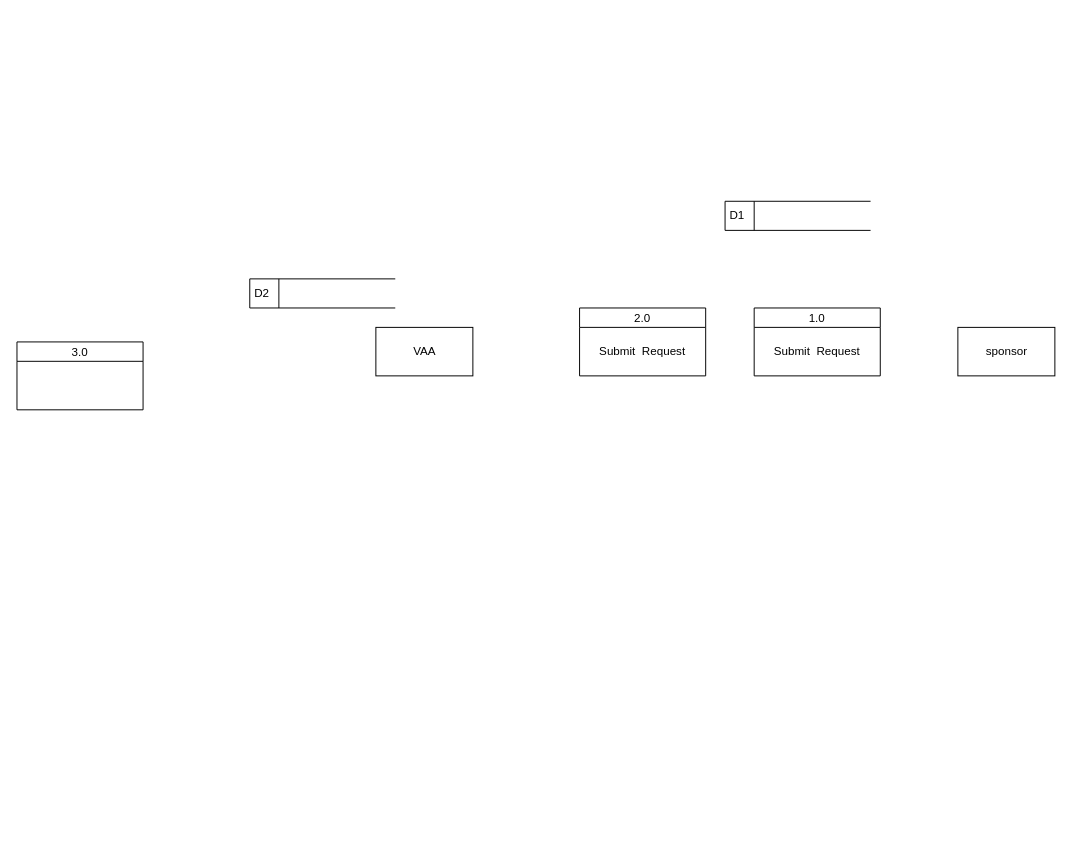
Before: DFD.drawio in forthegame/ANU2024, a draw.io diagram. Source tidied: cells renumbered, new cells numbered last; positions are measured from the earlier drawing's top-left corner, leaving out a move shared by most shapes. Both pictures are drawn from the tidied source at 97%, with x=0, y=0 at pixel (16, 201).
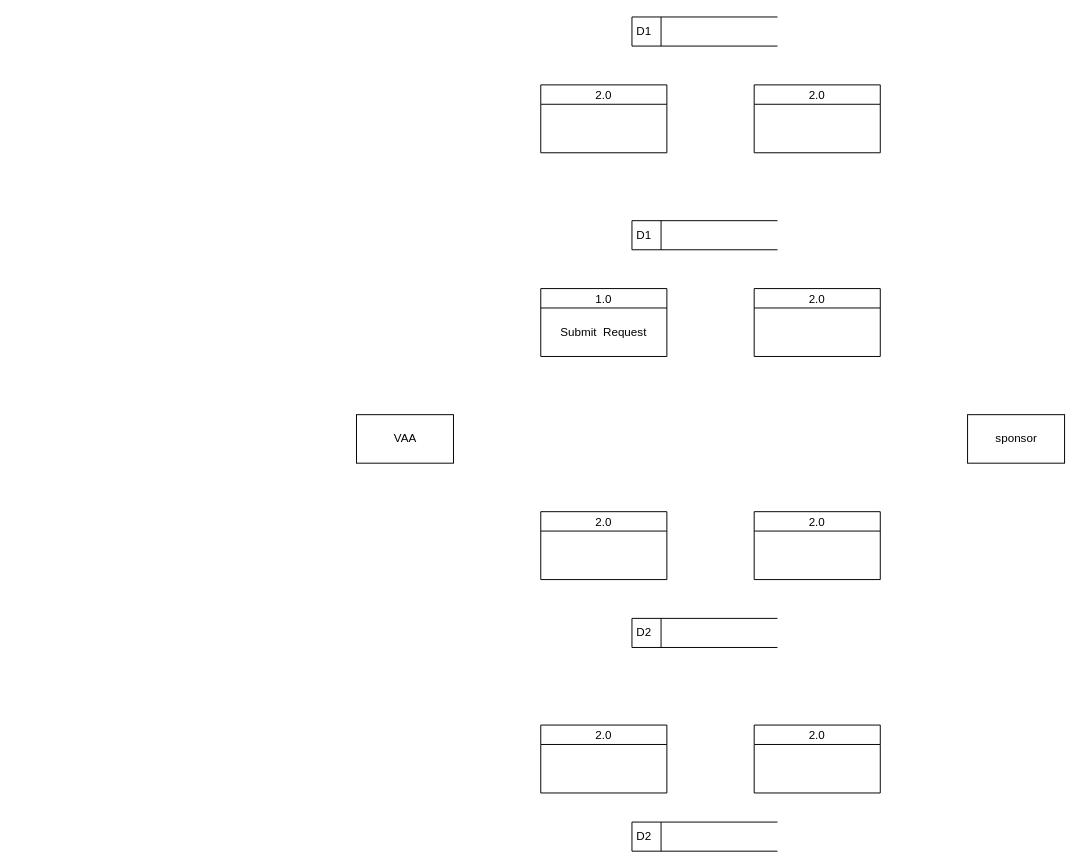
The same page after the edit.

The edit, as a diff of the source:
```diff
@@
 <mxGraphModel>
   <root>
     <mxCell id="0" />
     <mxCell id="1" parent="0" />
     <mxCell id="2" value="sponsor" style="html=1;dashed=0;whitespace=wrap;" parent="1" vertex="1">
-      <mxGeometry x="970" y="130" width="100" height="50" as="geometry" />
+      <mxGeometry x="980" y="220" width="100" height="50" as="geometry" />
     </mxCell>
     <mxCell id="3" value="1.0" style="swimlane;fontStyle=0;horizontal=1;startSize=20;fillColor=#ffffff;swimlaneFillColor=#ffffff;" parent="1" vertex="1">
-      <mxGeometry x="760" y="110" width="130" height="70" as="geometry" />
+      <mxGeometry x="540" y="90" width="130" height="70" as="geometry" />
     </mxCell>
     <mxCell id="4" value="Submit&amp;nbsp; Request" style="text;html=1;strokeColor=none;fillColor=none;align=center;verticalAlign=middle;whiteSpace=wrap;rounded=0;" parent="3" vertex="1">
       <mxGeometry y="20" width="130" height="50" as="geometry" />
     </mxCell>
-    <mxCell id="5" value="3.0" style="swimlane;fontStyle=0;horizontal=1;startSize=20;fillColor=#ffffff;swimlaneFillColor=#ffffff;" parent="1" vertex="1">
-      <mxGeometry y="145" width="130" height="70" as="geometry" />
-    </mxCell>
     <mxCell id="6" value="D1" style="html=1;dashed=0;whitespace=wrap;shape=mxgraph.dfd.dataStoreID;align=left;spacingLeft=3;" parent="1" vertex="1">
-      <mxGeometry x="730" width="150" height="30" as="geometry" />
+      <mxGeometry x="634" y="20" width="150" height="30" as="geometry" />
     </mxCell>
     <mxCell id="7" value="VAA" style="html=1;dashed=0;whitespace=wrap;" parent="1" vertex="1">
-      <mxGeometry x="370" y="130" width="100" height="50" as="geometry" />
+      <mxGeometry x="350" y="220" width="100" height="50" as="geometry" />
     </mxCell>
     <mxCell id="8" value="D2" style="html=1;dashed=0;whitespace=wrap;shape=mxgraph.dfd.dataStoreID;align=left;spacingLeft=3;" parent="1" vertex="1">
-      <mxGeometry x="240" y="80" width="150" height="30" as="geometry" />
+      <mxGeometry x="634" y="430" width="150" height="30" as="geometry" />
     </mxCell>
     <mxCell id="9" value="2.0" style="swimlane;fontStyle=0;horizontal=1;startSize=20;fillColor=#ffffff;swimlaneFillColor=#ffffff;" parent="1" vertex="1">
-      <mxGeometry x="580" y="110" width="130" height="70" as="geometry" />
+      <mxGeometry x="760" y="90" width="130" height="70" as="geometry" />
     </mxCell>
-    <mxCell id="10" value="Submit&amp;nbsp; Request" style="text;html=1;strokeColor=none;fillColor=none;align=center;verticalAlign=middle;whiteSpace=wrap;rounded=0;" parent="9" vertex="1">
-      <mxGeometry y="20" width="130" height="50" as="geometry" />
-    </mxCell>
+    <mxCell id="11" value="2.0" style="swimlane;fontStyle=0;horizontal=1;startSize=20;fillColor=#ffffff;swimlaneFillColor=#ffffff;" parent="1" vertex="1">
+      <mxGeometry x="540" y="320" width="130" height="70" as="geometry" />
+    </mxCell>
+    <mxCell id="12" value="2.0" style="swimlane;fontStyle=0;horizontal=1;startSize=20;fillColor=#ffffff;swimlaneFillColor=#ffffff;" parent="1" vertex="1">
+      <mxGeometry x="760" y="320" width="130" height="70" as="geometry" />
+    </mxCell>
+    <mxCell id="13" value="2.0" style="swimlane;fontStyle=0;horizontal=1;startSize=20;fillColor=#ffffff;swimlaneFillColor=#ffffff;" parent="1" vertex="1">
+      <mxGeometry x="540" y="540" width="130" height="70" as="geometry" />
+    </mxCell>
+    <mxCell id="14" value="2.0" style="swimlane;fontStyle=0;horizontal=1;startSize=20;fillColor=#ffffff;swimlaneFillColor=#ffffff;" parent="1" vertex="1">
+      <mxGeometry x="760" y="540" width="130" height="70" as="geometry" />
+    </mxCell>
+    <mxCell id="15" value="D2" style="html=1;dashed=0;whitespace=wrap;shape=mxgraph.dfd.dataStoreID;align=left;spacingLeft=3;" parent="1" vertex="1">
+      <mxGeometry x="634" y="640" width="150" height="30" as="geometry" />
+    </mxCell>
+    <mxCell id="16" value="2.0" style="swimlane;fontStyle=0;horizontal=1;startSize=20;fillColor=#ffffff;swimlaneFillColor=#ffffff;" parent="1" vertex="1">
+      <mxGeometry x="540" y="-120" width="130" height="70" as="geometry" />
+    </mxCell>
+    <mxCell id="17" value="2.0" style="swimlane;fontStyle=0;horizontal=1;startSize=20;fillColor=#ffffff;swimlaneFillColor=#ffffff;" parent="1" vertex="1">
+      <mxGeometry x="760" y="-120" width="130" height="70" as="geometry" />
+    </mxCell>
+    <mxCell id="18" value="D1" style="html=1;dashed=0;whitespace=wrap;shape=mxgraph.dfd.dataStoreID;align=left;spacingLeft=3;" parent="1" vertex="1">
+      <mxGeometry x="634" y="-190" width="150" height="30" as="geometry" />
+    </mxCell>
   </root>
 </mxGraphModel>
```
